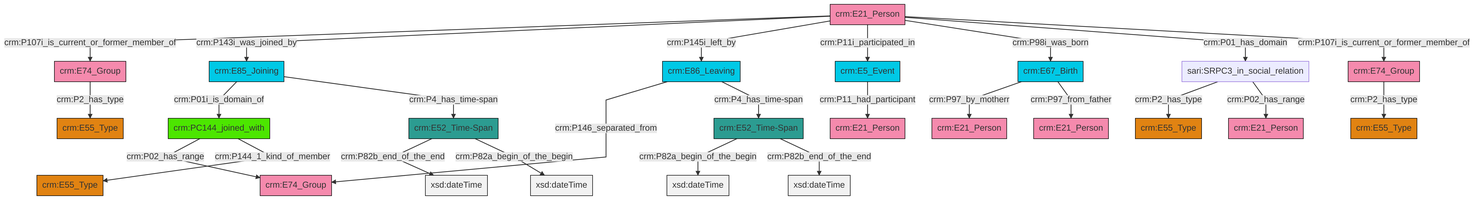
This is et/personCSV/ttl/mmd/png/Person_Actor_Relations.png from swiss-art-research-net/reference-data-models, a Mermaid export, as it was before one commit. Its source is kept beside it as et/personCSV/ttl/mmd/Person_Actor_Relations.ttl.mmd.
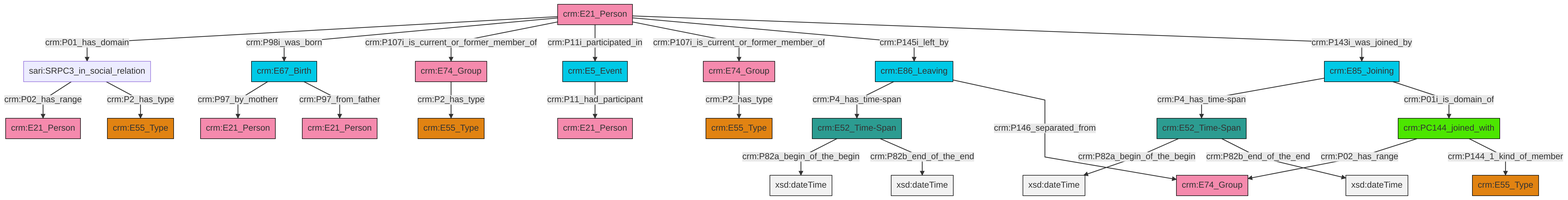
Later version of the same file.

What changed in the source:
```diff
@@ -13,27 +13,27 @@
 classDef PC_Classes fill:#4ce600, stroke:#000000;
 classDef Multi fill:#cccccc,stroke:#000000;
 
-0["crm:E21_Person"]:::Actor -->|crm:P107i_is_current_or_former_member_of| 1["crm:E74_Group"]:::Actor
-2["crm:E5_Event"]:::Temporal_Entity -->|crm:P11_had_participant| 3["crm:E21_Person"]:::Actor
-6["crm:E85_Joining"]:::Temporal_Entity -->|crm:P01i_is_domain_of| 7["crm:PC144_joined_with"]:::PC_Classes
-12["crm:E74_Group"]:::Actor -->|crm:P2_has_type| 13["crm:E55_Type"]:::Type
-14["crm:E86_Leaving"]:::Temporal_Entity -->|crm:P146_separated_from| 15["crm:E74_Group"]:::Actor
-0["crm:E21_Person"]:::Actor -->|crm:P143i_was_joined_by| 6["crm:E85_Joining"]:::Temporal_Entity
-6["crm:E85_Joining"]:::Temporal_Entity -->|crm:P4_has_time-span| 4["crm:E52_Time-Span"]:::Time-Span
-0["crm:E21_Person"]:::Actor -->|crm:P145i_left_by| 14["crm:E86_Leaving"]:::Temporal_Entity
-0["crm:E21_Person"]:::Actor -->|crm:P11i_participated_in| 2["crm:E5_Event"]:::Temporal_Entity
-22["sari:SRPC3_in_social_relation"]:::Default -->|crm:P2_has_type| 23["crm:E55_Type"]:::Type
-22["sari:SRPC3_in_social_relation"]:::Default -->|crm:P02_has_range| 26["crm:E21_Person"]:::Actor
-0["crm:E21_Person"]:::Actor -->|crm:P98i_was_born| 27["crm:E67_Birth"]:::Temporal_Entity
-24["crm:E52_Time-Span"]:::Time-Span -->|crm:P82a_begin_of_the_begin| 28[xsd:dateTime]:::Literal
-4["crm:E52_Time-Span"]:::Time-Span -->|crm:P82b_end_of_the_end| 33[xsd:dateTime]:::Literal
-0["crm:E21_Person"]:::Actor -->|crm:P01_has_domain| 22["sari:SRPC3_in_social_relation"]:::Default
-27["crm:E67_Birth"]:::Temporal_Entity -->|crm:P97_by_motherr| 34["crm:E21_Person"]:::Actor
-27["crm:E67_Birth"]:::Temporal_Entity -->|crm:P97_from_father| 29["crm:E21_Person"]:::Actor
-4["crm:E52_Time-Span"]:::Time-Span -->|crm:P82a_begin_of_the_begin| 35[xsd:dateTime]:::Literal
-7["crm:PC144_joined_with"]:::PC_Classes -->|crm:P02_has_range| 15["crm:E74_Group"]:::Actor
-0["crm:E21_Person"]:::Actor -->|crm:P107i_is_current_or_former_member_of| 12["crm:E74_Group"]:::Actor
-7["crm:PC144_joined_with"]:::PC_Classes -->|crm:P144_1_kind_of_member| 18["crm:E55_Type"]:::Type
-1["crm:E74_Group"]:::Actor -->|crm:P2_has_type| 8["crm:E55_Type"]:::Type
-14["crm:E86_Leaving"]:::Temporal_Entity -->|crm:P4_has_time-span| 24["crm:E52_Time-Span"]:::Time-Span
-24["crm:E52_Time-Span"]:::Time-Span -->|crm:P82b_end_of_the_end| 46[xsd:dateTime]:::Literal
+2["crm:E52_Time-Span"]:::Time-Span -->|crm:P82a_begin_of_the_begin| 4[xsd:dateTime]:::Literal
+5["crm:E21_Person"]:::Actor -->|crm:P01_has_domain| 6["sari:SRPC3_in_social_relation"]:::Default
+7["crm:E67_Birth"]:::Temporal_Entity -->|crm:P97_by_motherr| 8["crm:E21_Person"]:::Actor
+5["crm:E21_Person"]:::Actor -->|crm:P98i_was_born| 7["crm:E67_Birth"]:::Temporal_Entity
+2["crm:E52_Time-Span"]:::Time-Span -->|crm:P82b_end_of_the_end| 11[xsd:dateTime]:::Literal
+6["sari:SRPC3_in_social_relation"]:::Default -->|crm:P02_has_range| 9["crm:E21_Person"]:::Actor
+17["crm:E85_Joining"]:::Temporal_Entity -->|crm:P4_has_time-span| 2["crm:E52_Time-Span"]:::Time-Span
+5["crm:E21_Person"]:::Actor -->|crm:P107i_is_current_or_former_member_of| 23["crm:E74_Group"]:::Actor
+5["crm:E21_Person"]:::Actor -->|crm:P11i_participated_in| 24["crm:E5_Event"]:::Temporal_Entity
+17["crm:E85_Joining"]:::Temporal_Entity -->|crm:P01i_is_domain_of| 28["crm:PC144_joined_with"]:::PC_Classes
+6["sari:SRPC3_in_social_relation"]:::Default -->|crm:P2_has_type| 33["crm:E55_Type"]:::Type
+5["crm:E21_Person"]:::Actor -->|crm:P107i_is_current_or_former_member_of| 21["crm:E74_Group"]:::Actor
+28["crm:PC144_joined_with"]:::PC_Classes -->|crm:P02_has_range| 26["crm:E74_Group"]:::Actor
+23["crm:E74_Group"]:::Actor -->|crm:P2_has_type| 15["crm:E55_Type"]:::Type
+24["crm:E5_Event"]:::Temporal_Entity -->|crm:P11_had_participant| 37["crm:E21_Person"]:::Actor
+0["crm:E52_Time-Span"]:::Time-Span -->|crm:P82a_begin_of_the_begin| 40[xsd:dateTime]:::Literal
+28["crm:PC144_joined_with"]:::PC_Classes -->|crm:P144_1_kind_of_member| 19["crm:E55_Type"]:::Type
+41["crm:E86_Leaving"]:::Temporal_Entity -->|crm:P4_has_time-span| 0["crm:E52_Time-Span"]:::Time-Span
+7["crm:E67_Birth"]:::Temporal_Entity -->|crm:P97_from_father| 31["crm:E21_Person"]:::Actor
+41["crm:E86_Leaving"]:::Temporal_Entity -->|crm:P146_separated_from| 26["crm:E74_Group"]:::Actor
+0["crm:E52_Time-Span"]:::Time-Span -->|crm:P82b_end_of_the_end| 44[xsd:dateTime]:::Literal
+5["crm:E21_Person"]:::Actor -->|crm:P145i_left_by| 41["crm:E86_Leaving"]:::Temporal_Entity
+21["crm:E74_Group"]:::Actor -->|crm:P2_has_type| 13["crm:E55_Type"]:::Type
+5["crm:E21_Person"]:::Actor -->|crm:P143i_was_joined_by| 17["crm:E85_Joining"]:::Temporal_Entity
```
